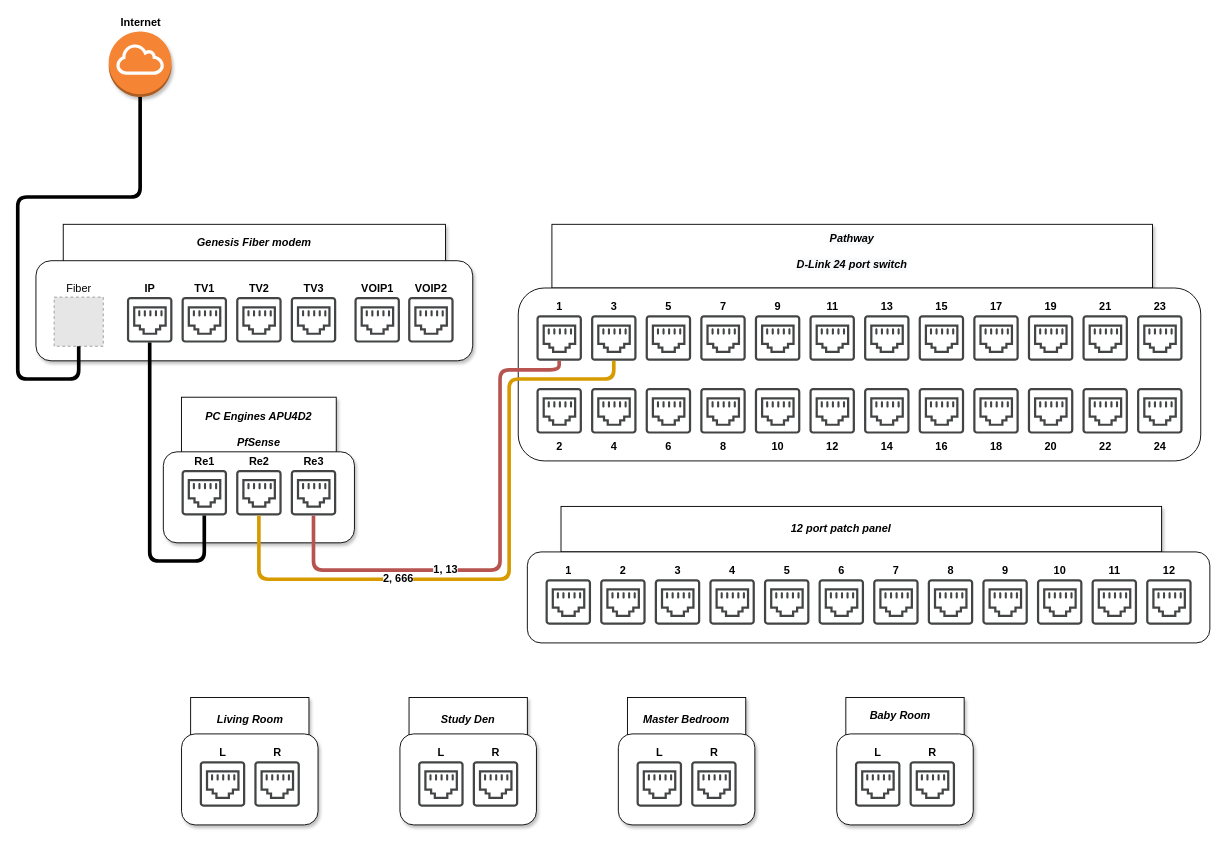
This is Home.drawio from qjvtenkroode/homelab-iac, a draw.io file, before an edit. Source tidied: cells renumbered, new cells numbered last; positions are measured from the earlier drawing's top-left corner, leaving out a move shared by most shapes. Both pictures are drawn from the tidied source at 91%, with x=0, y=0 at pixel (17, 31). Pictures stored in the file or linked from it are replaced by grey dashed boxes.
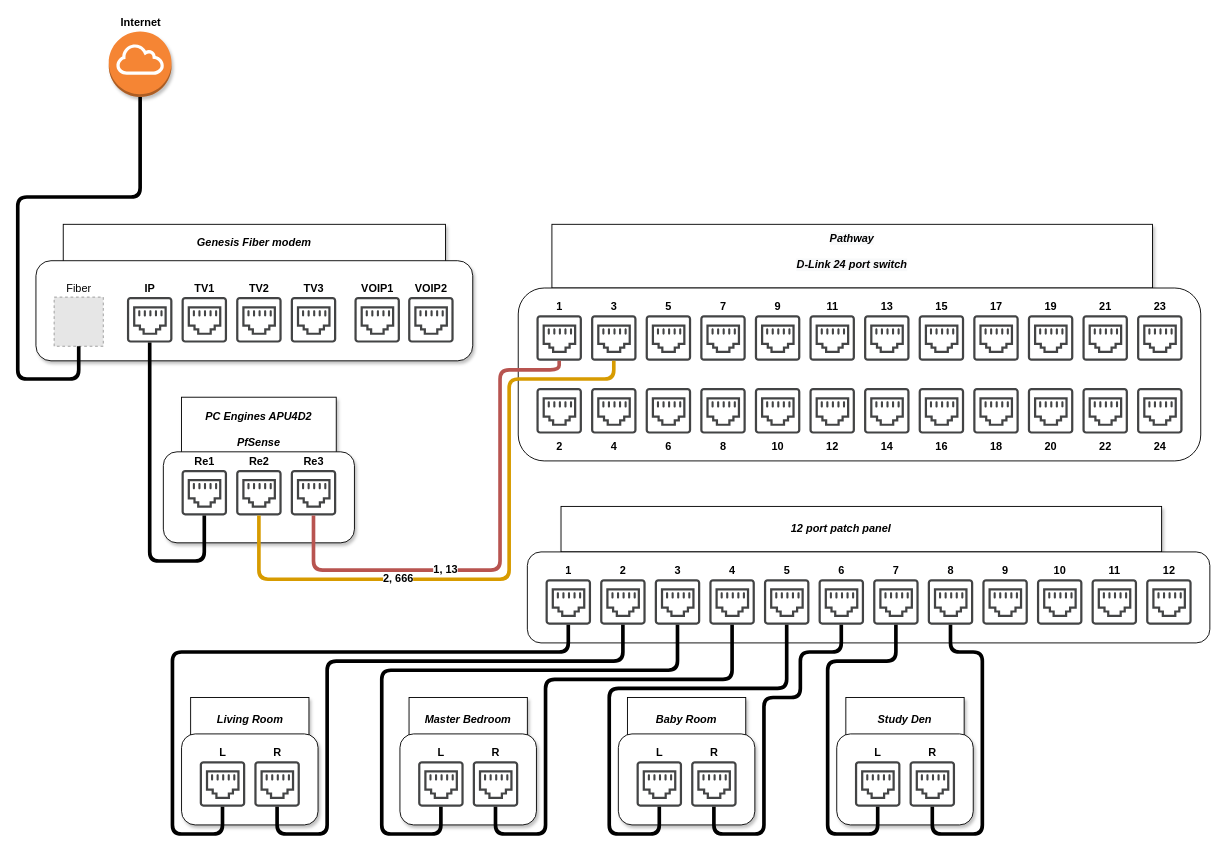
After the change.

Commit message:
Added room outlets to patch panel Home.drawio

The change refers to these unchanged cells:
```xml
<mxCell id="58" value="1" style="shadow=0;dashed=0;html=1;strokeColor=none;fillColor=#434445;labelPosition=center;verticalLabelPosition=top;verticalAlign=bottom;align=center;outlineConnect=0;shape=mxgraph.vvd.ethernet_port;fontStyle=1;" parent="54" vertex="1">
  <mxGeometry x="20" y="80" width="50" height="50" as="geometry" />
</mxCell>
<mxCell id="59" value="2" style="shadow=0;dashed=0;html=1;strokeColor=none;fillColor=#434445;labelPosition=center;verticalLabelPosition=top;verticalAlign=bottom;align=center;outlineConnect=0;shape=mxgraph.vvd.ethernet_port;horizontal=1;fontStyle=1;" parent="54" vertex="1">
  <mxGeometry x="80" y="80" width="50" height="50" as="geometry" />
</mxCell>
<mxCell id="60" value="3" style="shadow=0;dashed=0;html=1;strokeColor=none;fillColor=#434445;labelPosition=center;verticalLabelPosition=top;verticalAlign=bottom;align=center;outlineConnect=0;shape=mxgraph.vvd.ethernet_port;fontStyle=1;" parent="54" vertex="1">
  <mxGeometry x="140" y="80" width="50" height="50" as="geometry" />
</mxCell>
<mxCell id="61" value="4" style="shadow=0;dashed=0;html=1;strokeColor=none;fillColor=#434445;labelPosition=center;verticalLabelPosition=top;verticalAlign=bottom;align=center;outlineConnect=0;shape=mxgraph.vvd.ethernet_port;fontStyle=1;" parent="54" vertex="1">
  <mxGeometry x="200" y="80" width="50" height="50" as="geometry" />
</mxCell>
<mxCell id="62" value="5" style="shadow=0;dashed=0;html=1;strokeColor=none;fillColor=#434445;labelPosition=center;verticalLabelPosition=top;verticalAlign=bottom;align=center;outlineConnect=0;shape=mxgraph.vvd.ethernet_port;fontStyle=1;" parent="54" vertex="1">
  <mxGeometry x="260" y="80" width="50" height="50" as="geometry" />
</mxCell>
<mxCell id="63" value="6" style="shadow=0;dashed=0;html=1;strokeColor=none;fillColor=#434445;labelPosition=center;verticalLabelPosition=top;verticalAlign=bottom;align=center;outlineConnect=0;shape=mxgraph.vvd.ethernet_port;fontStyle=1;" parent="54" vertex="1">
  <mxGeometry x="320" y="80" width="50" height="50" as="geometry" />
</mxCell>
<mxCell id="64" value="7" style="shadow=0;dashed=0;html=1;strokeColor=none;fillColor=#434445;labelPosition=center;verticalLabelPosition=top;verticalAlign=bottom;align=center;outlineConnect=0;shape=mxgraph.vvd.ethernet_port;fontStyle=1;" parent="54" vertex="1">
  <mxGeometry x="380" y="80" width="50" height="50" as="geometry" />
</mxCell>
<mxCell id="65" value="8" style="shadow=0;dashed=0;html=1;strokeColor=none;fillColor=#434445;labelPosition=center;verticalLabelPosition=top;verticalAlign=bottom;align=center;outlineConnect=0;shape=mxgraph.vvd.ethernet_port;fontStyle=1;" parent="54" vertex="1">
  <mxGeometry x="440" y="80" width="50" height="50" as="geometry" />
</mxCell>
<mxCell id="73" value="&lt;b&gt;R&lt;/b&gt;" style="shadow=0;dashed=0;html=1;strokeColor=none;fillColor=#434445;labelPosition=center;verticalLabelPosition=top;verticalAlign=bottom;align=center;outlineConnect=0;shape=mxgraph.vvd.ethernet_port;fontSize=12;" parent="70" vertex="1">
  <mxGeometry x="80" y="70" width="50" height="50" as="geometry" />
</mxCell>
<mxCell id="74" value="&lt;b&gt;L&lt;/b&gt;" style="shadow=0;dashed=0;html=1;strokeColor=none;fillColor=#434445;labelPosition=center;verticalLabelPosition=top;verticalAlign=bottom;align=center;outlineConnect=0;shape=mxgraph.vvd.ethernet_port;fontSize=12;" parent="70" vertex="1">
  <mxGeometry x="20" y="70" width="50" height="50" as="geometry" />
</mxCell>
<mxCell id="79" value="&lt;b&gt;R&lt;/b&gt;" style="shadow=0;dashed=0;html=1;strokeColor=none;fillColor=#434445;labelPosition=center;verticalLabelPosition=top;verticalAlign=bottom;align=center;outlineConnect=0;shape=mxgraph.vvd.ethernet_port;fontSize=12;" parent="76" vertex="1">
  <mxGeometry x="80" y="70" width="50" height="50" as="geometry" />
</mxCell>
<mxCell id="80" value="&lt;b&gt;L&lt;/b&gt;" style="shadow=0;dashed=0;html=1;strokeColor=none;fillColor=#434445;labelPosition=center;verticalLabelPosition=top;verticalAlign=bottom;align=center;outlineConnect=0;shape=mxgraph.vvd.ethernet_port;fontSize=12;" parent="76" vertex="1">
  <mxGeometry x="20" y="70" width="50" height="50" as="geometry" />
</mxCell>
```

What changed in the source:
```diff
@@
+    <mxCell id="82" style="group;" parent="1" vertex="1">
+      <mxGeometry x="420" y="732" width="150" height="140" as="geometry" />
+    </mxCell>
+    <mxCell id="83" style="rounded=0;whiteSpace=wrap;html=1;shadow=1;align=center;" parent="82" vertex="1">
+      <mxGeometry x="10" width="130" height="50" as="geometry" />
+    </mxCell>
+    <mxCell id="84" style="rounded=1;whiteSpace=wrap;html=1;shadow=1;align=center;" parent="82" vertex="1">
+      <mxGeometry y="40" width="150" height="100" as="geometry" />
+    </mxCell>
+    <mxCell id="85" value="&lt;b&gt;R&lt;/b&gt;" style="shadow=0;dashed=0;html=1;strokeColor=none;fillColor=#434445;labelPosition=center;verticalLabelPosition=top;verticalAlign=bottom;align=center;outlineConnect=0;shape=mxgraph.vvd.ethernet_port;fontSize=12;" parent="82" vertex="1">
+      <mxGeometry x="80" y="70" width="50" height="50" as="geometry" />
+    </mxCell>
+    <mxCell id="86" value="&lt;b&gt;L&lt;/b&gt;" style="shadow=0;dashed=0;html=1;strokeColor=none;fillColor=#434445;labelPosition=center;verticalLabelPosition=top;verticalAlign=bottom;align=center;outlineConnect=0;shape=mxgraph.vvd.ethernet_port;fontSize=12;" parent="82" vertex="1">
+      <mxGeometry x="20" y="70" width="50" height="50" as="geometry" />
+    </mxCell>
+    <mxCell id="87" value="Master&amp;nbsp;Bedroom" style="text;html=1;strokeColor=none;fillColor=none;align=center;verticalAlign=middle;whiteSpace=wrap;rounded=0;shadow=1;fontSize=12;fontStyle=3;" parent="82" vertex="1">
+      <mxGeometry x="25" y="15" width="100" height="20" as="geometry" />
+    </mxCell>
+    <mxCell id="94" style="edgeStyle=orthogonalEdgeStyle;rounded=1;jettySize=auto;html=1;strokeWidth=4;endArrow=none;endFill=0;" parent="1" edge="1" source="58" target="74">
+      <mxGeometry relative="1" as="geometry">
+        <Array as="points">
+          <mxPoint x="605" y="682" />
+          <mxPoint x="170" y="682" />
+          <mxPoint x="170" y="882" />
+          <mxPoint x="225" y="882" />
+        </Array>
+      </mxGeometry>
+    </mxCell>
+    <mxCell id="95" style="edgeStyle=orthogonalEdgeStyle;rounded=1;jettySize=auto;html=1;endArrow=none;endFill=0;strokeWidth=4;" parent="1" edge="1" source="59" target="73">
+      <mxGeometry relative="1" as="geometry">
+        <Array as="points">
+          <mxPoint x="665" y="692" />
+          <mxPoint x="340" y="692" />
+          <mxPoint x="340" y="882" />
+          <mxPoint x="285" y="882" />
+        </Array>
+      </mxGeometry>
+    </mxCell>
     <mxCell id="76" style="group;" parent="1" vertex="1">
-      <mxGeometry x="420" y="732" width="150" height="140" as="geometry" />
+      <mxGeometry x="900" y="732" width="150" height="140" as="geometry" />
     </mxCell>
@@
-    <mxCell id="82" style="group;" parent="1" vertex="1">
-      <mxGeometry x="660" y="732" width="150" height="140" as="geometry" />
-    </mxCell>
-    <mxCell id="83" style="rounded=0;whiteSpace=wrap;html=1;shadow=1;align=center;" parent="82" vertex="1">
-      <mxGeometry x="10" width="130" height="50" as="geometry" />
-    </mxCell>
-    <mxCell id="84" style="rounded=1;whiteSpace=wrap;html=1;shadow=1;align=center;" parent="82" vertex="1">
-      <mxGeometry y="40" width="150" height="100" as="geometry" />
-    </mxCell>
-    <mxCell id="85" value="&lt;b&gt;R&lt;/b&gt;" style="shadow=0;dashed=0;html=1;strokeColor=none;fillColor=#434445;labelPosition=center;verticalLabelPosition=top;verticalAlign=bottom;align=center;outlineConnect=0;shape=mxgraph.vvd.ethernet_port;fontSize=12;" parent="82" vertex="1">
-      <mxGeometry x="80" y="70" width="50" height="50" as="geometry" />
-    </mxCell>
-    <mxCell id="86" value="&lt;b&gt;L&lt;/b&gt;" style="shadow=0;dashed=0;html=1;strokeColor=none;fillColor=#434445;labelPosition=center;verticalLabelPosition=top;verticalAlign=bottom;align=center;outlineConnect=0;shape=mxgraph.vvd.ethernet_port;fontSize=12;" parent="82" vertex="1">
-      <mxGeometry x="20" y="70" width="50" height="50" as="geometry" />
-    </mxCell>
-    <mxCell id="87" value="Master&amp;nbsp;Bedroom" style="text;html=1;strokeColor=none;fillColor=none;align=center;verticalAlign=middle;whiteSpace=wrap;rounded=0;shadow=1;fontSize=12;fontStyle=3;" parent="82" vertex="1">
-      <mxGeometry x="25" y="15" width="100" height="20" as="geometry" />
-    </mxCell>
-    <mxCell id="88" style="group;" parent="1" vertex="1">
-      <mxGeometry x="900" y="732" width="150" height="140" as="geometry" />
-    </mxCell>
+    <mxCell id="96" style="group;" parent="1" vertex="1">
+      <mxGeometry x="660" y="732" width="150" height="140" as="geometry" />
+    </mxCell>
-    <mxCell id="89" style="rounded=0;whiteSpace=wrap;html=1;shadow=1;align=center;" parent="88" vertex="1">
+    <mxCell id="89" style="rounded=0;whiteSpace=wrap;html=1;shadow=1;align=center;" parent="96" vertex="1">
       <mxGeometry x="10" width="130" height="50" as="geometry" />
     </mxCell>
-    <mxCell id="90" style="rounded=1;whiteSpace=wrap;html=1;shadow=1;align=center;" parent="88" vertex="1">
+    <mxCell id="90" style="rounded=1;whiteSpace=wrap;html=1;shadow=1;align=center;" parent="96" vertex="1">
       <mxGeometry y="40" width="150" height="100" as="geometry" />
     </mxCell>
-    <mxCell id="91" value="&lt;b&gt;R&lt;/b&gt;" style="shadow=0;dashed=0;html=1;strokeColor=none;fillColor=#434445;labelPosition=center;verticalLabelPosition=top;verticalAlign=bottom;align=center;outlineConnect=0;shape=mxgraph.vvd.ethernet_port;fontSize=12;" parent="88" vertex="1">
+    <mxCell id="91" value="&lt;b&gt;R&lt;/b&gt;" style="shadow=0;dashed=0;html=1;strokeColor=none;fillColor=#434445;labelPosition=center;verticalLabelPosition=top;verticalAlign=bottom;align=center;outlineConnect=0;shape=mxgraph.vvd.ethernet_port;fontSize=12;" parent="96" vertex="1">
       <mxGeometry x="80" y="70" width="50" height="50" as="geometry" />
     </mxCell>
-    <mxCell id="92" value="&lt;b&gt;L&lt;/b&gt;" style="shadow=0;dashed=0;html=1;strokeColor=none;fillColor=#434445;labelPosition=center;verticalLabelPosition=top;verticalAlign=bottom;align=center;outlineConnect=0;shape=mxgraph.vvd.ethernet_port;fontSize=12;" parent="88" vertex="1">
+    <mxCell id="92" value="&lt;b&gt;L&lt;/b&gt;" style="shadow=0;dashed=0;html=1;strokeColor=none;fillColor=#434445;labelPosition=center;verticalLabelPosition=top;verticalAlign=bottom;align=center;outlineConnect=0;shape=mxgraph.vvd.ethernet_port;fontSize=12;" parent="96" vertex="1">
       <mxGeometry x="20" y="70" width="50" height="50" as="geometry" />
     </mxCell>
-    <mxCell id="93" value="Baby Room" style="text;html=1;strokeColor=none;fillColor=none;align=center;verticalAlign=middle;whiteSpace=wrap;rounded=0;shadow=1;fontSize=12;fontStyle=3;" parent="88" vertex="1">
-      <mxGeometry x="20" y="10" width="100" height="20" as="geometry" />
+    <mxCell id="93" value="Baby Room" style="text;html=1;strokeColor=none;fillColor=none;align=center;verticalAlign=middle;whiteSpace=wrap;rounded=0;shadow=1;fontSize=12;fontStyle=3;" parent="96" vertex="1">
+      <mxGeometry x="30" y="15" width="90" height="20" as="geometry" />
     </mxCell>
+    <mxCell id="97" style="edgeStyle=orthogonalEdgeStyle;rounded=1;jettySize=auto;html=1;endArrow=none;endFill=0;strokeWidth=4;" parent="1" edge="1" source="60" target="86">
+      <mxGeometry relative="1" as="geometry">
+        <Array as="points">
+          <mxPoint x="725" y="702" />
+          <mxPoint x="400" y="702" />
+          <mxPoint x="400" y="882" />
+          <mxPoint x="465" y="882" />
+        </Array>
+      </mxGeometry>
+    </mxCell>
+    <mxCell id="98" style="edgeStyle=orthogonalEdgeStyle;rounded=1;jettySize=auto;html=1;endArrow=none;endFill=0;strokeWidth=4;" parent="1" edge="1" source="61" target="85">
+      <mxGeometry relative="1" as="geometry">
+        <Array as="points">
+          <mxPoint x="785" y="712" />
+          <mxPoint x="580" y="712" />
+          <mxPoint x="580" y="882" />
+          <mxPoint x="525" y="882" />
+        </Array>
+      </mxGeometry>
+    </mxCell>
+    <mxCell id="99" style="edgeStyle=orthogonalEdgeStyle;rounded=1;jettySize=auto;html=1;endArrow=none;endFill=0;strokeWidth=4;" parent="1" edge="1" source="62" target="92">
+      <mxGeometry relative="1" as="geometry">
+        <Array as="points">
+          <mxPoint x="845" y="722" />
+          <mxPoint x="650" y="722" />
+          <mxPoint x="650" y="882" />
+          <mxPoint x="705" y="882" />
+        </Array>
+      </mxGeometry>
+    </mxCell>
+    <mxCell id="100" style="edgeStyle=orthogonalEdgeStyle;rounded=1;jettySize=auto;html=1;endArrow=none;endFill=0;strokeWidth=4;" parent="1" edge="1" source="63" target="91">
+      <mxGeometry relative="1" as="geometry">
+        <Array as="points">
+          <mxPoint x="905" y="682" />
+          <mxPoint x="860" y="682" />
+          <mxPoint x="860" y="732" />
+          <mxPoint x="820" y="732" />
+          <mxPoint x="820" y="882" />
+          <mxPoint x="765" y="882" />
+        </Array>
+      </mxGeometry>
+    </mxCell>
+    <mxCell id="101" style="edgeStyle=orthogonalEdgeStyle;rounded=1;jettySize=auto;html=1;endArrow=none;endFill=0;strokeWidth=4;" parent="1" edge="1" source="64" target="80">
+      <mxGeometry relative="1" as="geometry">
+        <Array as="points">
+          <mxPoint x="965" y="692" />
+          <mxPoint x="890" y="692" />
+          <mxPoint x="890" y="882" />
+          <mxPoint x="945" y="882" />
+        </Array>
+      </mxGeometry>
+    </mxCell>
+    <mxCell id="102" style="edgeStyle=orthogonalEdgeStyle;rounded=1;jettySize=auto;html=1;endArrow=none;endFill=0;strokeWidth=4;" parent="1" edge="1" source="65" target="79">
+      <mxGeometry relative="1" as="geometry">
+        <Array as="points">
+          <mxPoint x="1025" y="682" />
+          <mxPoint x="1060" y="682" />
+          <mxPoint x="1060" y="882" />
+          <mxPoint x="1005" y="882" />
+        </Array>
+      </mxGeometry>
+    </mxCell>
```
